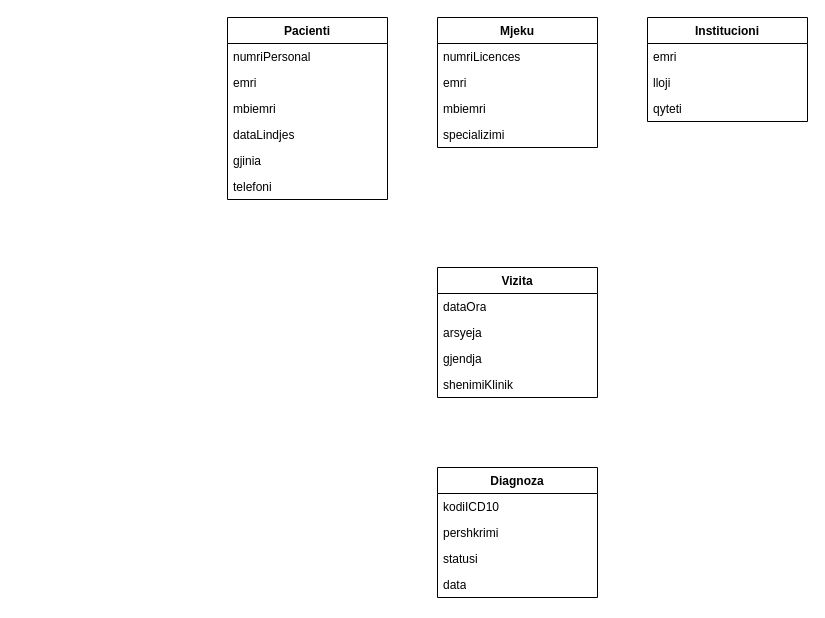
blendaarama/eKartela keeps this draw.io diagram as docs/ModeliKonceptual.drawio. Above is the earlier version. Source tidied: cells renumbered, new cells numbered last; positions are measured from the earlier drawing's top-left corner, leaving out a move shared by most shapes. Both pictures are drawn from the tidied source at 100%, with x=0, y=0 at pixel (227, 17).
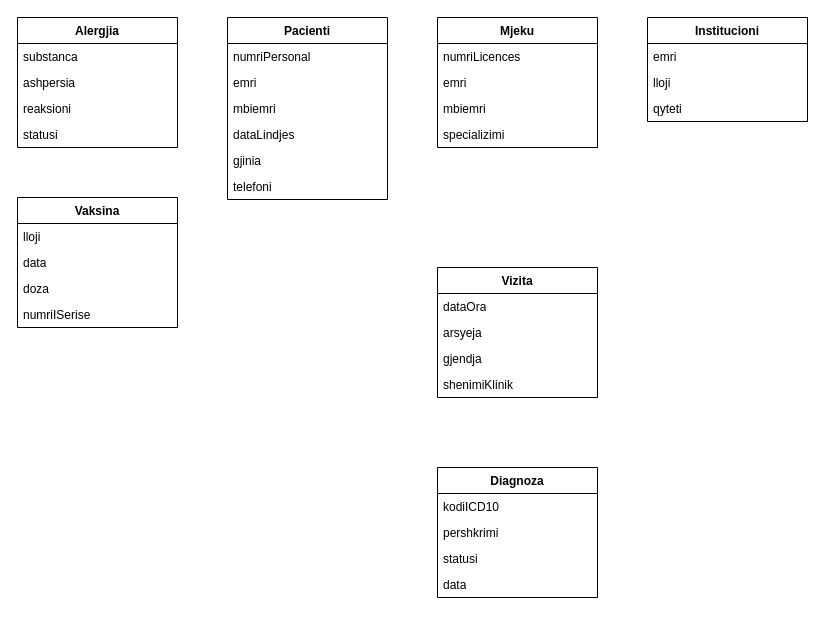
After the change.

Commit message:
klasa Alergjia dhe vaksina ne mKonceptual

Diff of the diagram source:
```diff
@@
+    <mxCell id="28" value="Alergjia" style="swimlane;fontStyle=1;align=center;verticalAlign=top;horizontal=1;startSize=26;whiteSpace=wrap;html=1;" parent="1" vertex="1">
+      <mxGeometry x="-210" width="160" height="130" as="geometry" />
+    </mxCell>
+    <mxCell id="29" value="substanca" style="text;strokeColor=none;fillColor=none;align=left;verticalAlign=top;spacingLeft=4;spacingRight=4;overflow=hidden;whiteSpace=wrap;html=1;" parent="28" vertex="1">
+      <mxGeometry y="26" width="160" height="26" as="geometry" />
+    </mxCell>
+    <mxCell id="30" value="ashpersia" style="text;strokeColor=none;fillColor=none;align=left;verticalAlign=top;spacingLeft=4;spacingRight=4;overflow=hidden;whiteSpace=wrap;html=1;" parent="28" vertex="1">
+      <mxGeometry y="52" width="160" height="26" as="geometry" />
+    </mxCell>
+    <mxCell id="31" value="reaksioni" style="text;strokeColor=none;fillColor=none;align=left;verticalAlign=top;spacingLeft=4;spacingRight=4;overflow=hidden;whiteSpace=wrap;html=1;" parent="28" vertex="1">
+      <mxGeometry y="78" width="160" height="26" as="geometry" />
+    </mxCell>
+    <mxCell id="32" value="statusi" style="text;strokeColor=none;fillColor=none;align=left;verticalAlign=top;spacingLeft=4;spacingRight=4;overflow=hidden;whiteSpace=wrap;html=1;" parent="28" vertex="1">
+      <mxGeometry y="104" width="160" height="26" as="geometry" />
+    </mxCell>
+    <mxCell id="33" value="Vaksina" style="swimlane;fontStyle=1;align=center;verticalAlign=top;horizontal=1;startSize=26;whiteSpace=wrap;html=1;" parent="1" vertex="1">
+      <mxGeometry x="-210" y="180" width="160" height="130" as="geometry" />
+    </mxCell>
+    <mxCell id="34" value="lloji" style="text;strokeColor=none;fillColor=none;align=left;verticalAlign=top;spacingLeft=4;spacingRight=4;overflow=hidden;whiteSpace=wrap;html=1;" parent="33" vertex="1">
+      <mxGeometry y="26" width="160" height="26" as="geometry" />
+    </mxCell>
+    <mxCell id="35" value="data" style="text;strokeColor=none;fillColor=none;align=left;verticalAlign=top;spacingLeft=4;spacingRight=4;overflow=hidden;whiteSpace=wrap;html=1;" parent="33" vertex="1">
+      <mxGeometry y="52" width="160" height="26" as="geometry" />
+    </mxCell>
+    <mxCell id="36" value="doza" style="text;strokeColor=none;fillColor=none;align=left;verticalAlign=top;spacingLeft=4;spacingRight=4;overflow=hidden;whiteSpace=wrap;html=1;" parent="33" vertex="1">
+      <mxGeometry y="78" width="160" height="26" as="geometry" />
+    </mxCell>
+    <mxCell id="37" value="numriISerise" style="text;strokeColor=none;fillColor=none;align=left;verticalAlign=top;spacingLeft=4;spacingRight=4;overflow=hidden;whiteSpace=wrap;html=1;" parent="33" vertex="1">
+      <mxGeometry y="104" width="160" height="26" as="geometry" />
+    </mxCell>
```
